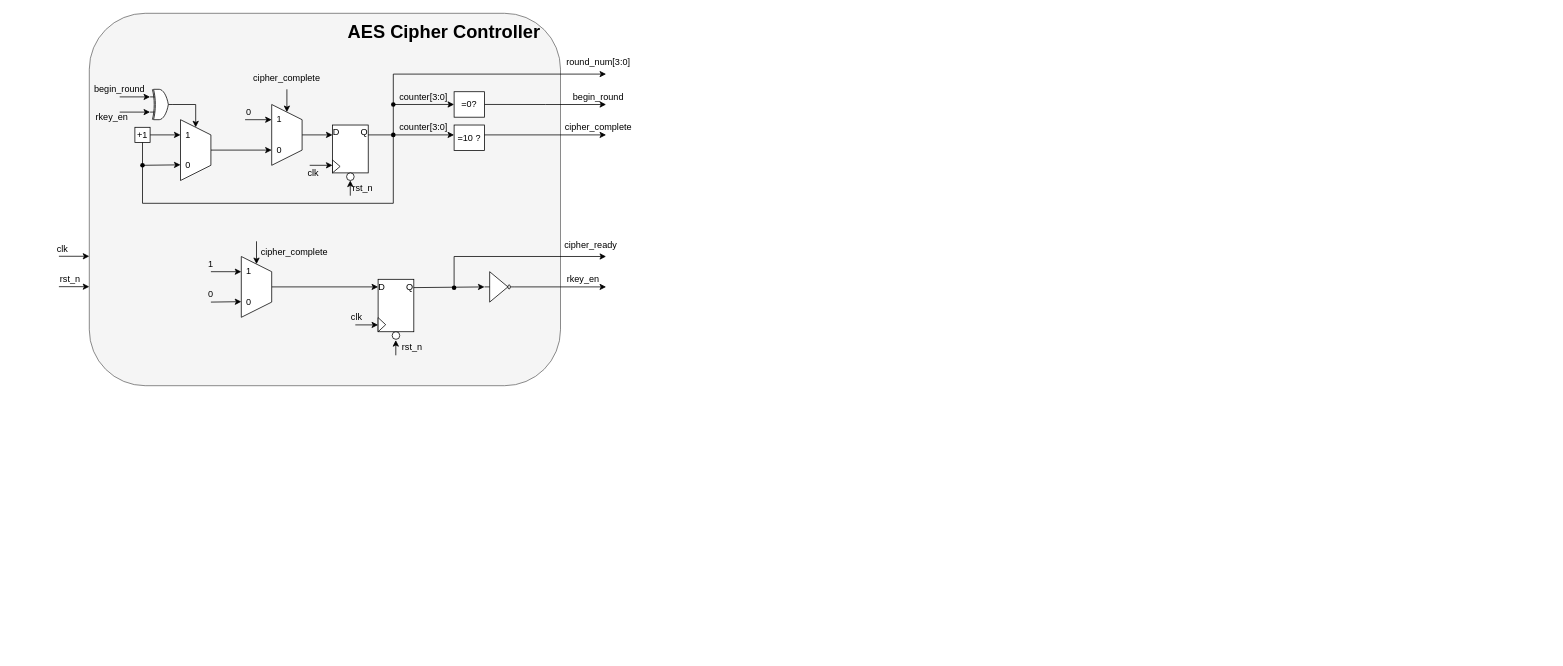
The draw.io diagram page "AES Cipher Controller" (7 of 26) of AES128 Diagram.drawio in 106210049/AES-128, before the edit. Source tidied: cells renumbered, new cells numbered last; positions are measured from the earlier drawing's top-left corner, leaving out a move shared by most shapes. Both pictures are drawn from the tidied source at 76%, with x=0, y=0 at pixel (51, 13).
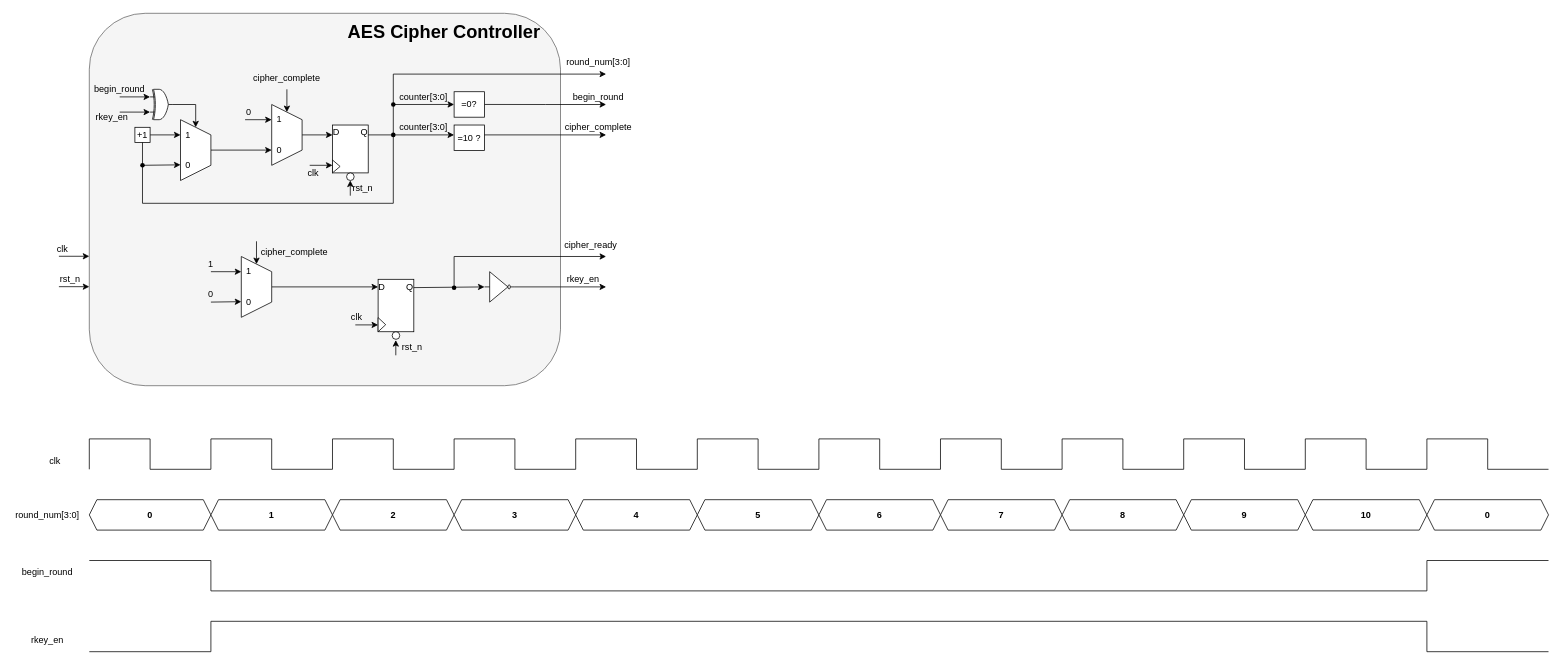
After the change.

What changed in the source:
```diff
@@
+    <mxCell id="97" style="endArrow=none;html=1;rounded=0;" parent="1" edge="1">
+      <mxGeometry relative="1" as="geometry">
+        <mxPoint x="50" y="560" as="sourcePoint" />
+        <mxPoint x="130" y="560" as="targetPoint" />
+      </mxGeometry>
+    </mxCell>
+    <mxCell id="98" style="endArrow=none;html=1;rounded=0;" parent="1" edge="1">
+      <mxGeometry relative="1" as="geometry">
+        <mxPoint x="50" y="600" as="sourcePoint" />
+        <mxPoint x="50" y="560" as="targetPoint" />
+      </mxGeometry>
+    </mxCell>
+    <mxCell id="99" style="endArrow=none;html=1;rounded=0;" parent="1" edge="1">
+      <mxGeometry relative="1" as="geometry">
+        <mxPoint x="130" y="600" as="sourcePoint" />
+        <mxPoint x="130" y="560" as="targetPoint" />
+      </mxGeometry>
+    </mxCell>
+    <mxCell id="100" style="endArrow=none;html=1;rounded=0;" parent="1" edge="1">
+      <mxGeometry relative="1" as="geometry">
+        <mxPoint x="130" y="600" as="sourcePoint" />
+        <mxPoint x="210" y="600" as="targetPoint" />
+      </mxGeometry>
+    </mxCell>
+    <mxCell id="101" style="endArrow=none;html=1;rounded=0;" parent="1" edge="1">
+      <mxGeometry relative="1" as="geometry">
+        <mxPoint x="210" y="560" as="sourcePoint" />
+        <mxPoint x="290" y="560" as="targetPoint" />
+      </mxGeometry>
+    </mxCell>
+    <mxCell id="102" style="endArrow=none;html=1;rounded=0;" parent="1" edge="1">
+      <mxGeometry relative="1" as="geometry">
+        <mxPoint x="210" y="600" as="sourcePoint" />
+        <mxPoint x="210" y="560" as="targetPoint" />
+      </mxGeometry>
+    </mxCell>
+    <mxCell id="103" style="endArrow=none;html=1;rounded=0;" parent="1" edge="1">
+      <mxGeometry relative="1" as="geometry">
+        <mxPoint x="290" y="600" as="sourcePoint" />
+        <mxPoint x="290" y="560" as="targetPoint" />
+      </mxGeometry>
+    </mxCell>
+    <mxCell id="104" style="endArrow=none;html=1;rounded=0;" parent="1" edge="1">
+      <mxGeometry relative="1" as="geometry">
+        <mxPoint x="290" y="600" as="sourcePoint" />
+        <mxPoint x="370" y="600" as="targetPoint" />
+      </mxGeometry>
+    </mxCell>
+    <mxCell id="105" style="endArrow=none;html=1;rounded=0;" parent="1" edge="1">
+      <mxGeometry relative="1" as="geometry">
+        <mxPoint x="370" y="560" as="sourcePoint" />
+        <mxPoint x="450" y="560" as="targetPoint" />
+      </mxGeometry>
+    </mxCell>
+    <mxCell id="106" style="endArrow=none;html=1;rounded=0;" parent="1" edge="1">
+      <mxGeometry relative="1" as="geometry">
+        <mxPoint x="370" y="600" as="sourcePoint" />
+        <mxPoint x="370" y="560" as="targetPoint" />
+      </mxGeometry>
+    </mxCell>
+    <mxCell id="107" style="endArrow=none;html=1;rounded=0;" parent="1" edge="1">
+      <mxGeometry relative="1" as="geometry">
+        <mxPoint x="450" y="600" as="sourcePoint" />
+        <mxPoint x="450" y="560" as="targetPoint" />
+      </mxGeometry>
+    </mxCell>
+    <mxCell id="108" style="endArrow=none;html=1;rounded=0;" parent="1" edge="1">
+      <mxGeometry relative="1" as="geometry">
+        <mxPoint x="450" y="600" as="sourcePoint" />
+        <mxPoint x="530" y="600" as="targetPoint" />
+      </mxGeometry>
+    </mxCell>
+    <mxCell id="109" style="endArrow=none;html=1;rounded=0;" parent="1" edge="1">
+      <mxGeometry relative="1" as="geometry">
+        <mxPoint x="530" y="560" as="sourcePoint" />
+        <mxPoint x="610" y="560" as="targetPoint" />
+      </mxGeometry>
+    </mxCell>
+    <mxCell id="110" style="endArrow=none;html=1;rounded=0;" parent="1" edge="1">
+      <mxGeometry relative="1" as="geometry">
+        <mxPoint x="530" y="600" as="sourcePoint" />
+        <mxPoint x="530" y="560" as="targetPoint" />
+      </mxGeometry>
+    </mxCell>
+    <mxCell id="111" style="endArrow=none;html=1;rounded=0;" parent="1" edge="1">
+      <mxGeometry relative="1" as="geometry">
+        <mxPoint x="610" y="600" as="sourcePoint" />
+        <mxPoint x="610" y="560" as="targetPoint" />
+      </mxGeometry>
+    </mxCell>
+    <mxCell id="112" style="endArrow=none;html=1;rounded=0;" parent="1" edge="1">
+      <mxGeometry relative="1" as="geometry">
+        <mxPoint x="610" y="600" as="sourcePoint" />
+        <mxPoint x="690" y="600" as="targetPoint" />
+      </mxGeometry>
+    </mxCell>
+    <mxCell id="113" style="endArrow=none;html=1;rounded=0;" parent="1" edge="1">
+      <mxGeometry relative="1" as="geometry">
+        <mxPoint x="690" y="560" as="sourcePoint" />
+        <mxPoint x="770" y="560" as="targetPoint" />
+      </mxGeometry>
+    </mxCell>
+    <mxCell id="114" style="endArrow=none;html=1;rounded=0;" parent="1" edge="1">
+      <mxGeometry relative="1" as="geometry">
+        <mxPoint x="690" y="600" as="sourcePoint" />
+        <mxPoint x="690" y="560" as="targetPoint" />
+      </mxGeometry>
+    </mxCell>
+    <mxCell id="115" style="endArrow=none;html=1;rounded=0;" parent="1" edge="1">
+      <mxGeometry relative="1" as="geometry">
+        <mxPoint x="770" y="600" as="sourcePoint" />
+        <mxPoint x="770" y="560" as="targetPoint" />
+      </mxGeometry>
+    </mxCell>
+    <mxCell id="116" style="endArrow=none;html=1;rounded=0;" parent="1" edge="1">
+      <mxGeometry relative="1" as="geometry">
+        <mxPoint x="770" y="600" as="sourcePoint" />
+        <mxPoint x="850" y="600" as="targetPoint" />
+      </mxGeometry>
+    </mxCell>
+    <mxCell id="117" style="endArrow=none;html=1;rounded=0;" parent="1" edge="1">
+      <mxGeometry relative="1" as="geometry">
+        <mxPoint x="850" y="560" as="sourcePoint" />
+        <mxPoint x="930" y="560" as="targetPoint" />
+      </mxGeometry>
+    </mxCell>
+    <mxCell id="118" style="endArrow=none;html=1;rounded=0;" parent="1" edge="1">
+      <mxGeometry relative="1" as="geometry">
+        <mxPoint x="850" y="600" as="sourcePoint" />
+        <mxPoint x="850" y="560" as="targetPoint" />
+      </mxGeometry>
+    </mxCell>
+    <mxCell id="119" style="endArrow=none;html=1;rounded=0;" parent="1" edge="1">
+      <mxGeometry relative="1" as="geometry">
+        <mxPoint x="930" y="600" as="sourcePoint" />
+        <mxPoint x="930" y="560" as="targetPoint" />
+      </mxGeometry>
+    </mxCell>
+    <mxCell id="120" style="endArrow=none;html=1;rounded=0;" parent="1" edge="1">
+      <mxGeometry relative="1" as="geometry">
+        <mxPoint x="930" y="600" as="sourcePoint" />
+        <mxPoint x="1010" y="600" as="targetPoint" />
+      </mxGeometry>
+    </mxCell>
+    <mxCell id="121" style="endArrow=none;html=1;rounded=0;" parent="1" edge="1">
+      <mxGeometry relative="1" as="geometry">
+        <mxPoint x="1010" y="560" as="sourcePoint" />
+        <mxPoint x="1090" y="560" as="targetPoint" />
+      </mxGeometry>
+    </mxCell>
+    <mxCell id="122" style="endArrow=none;html=1;rounded=0;" parent="1" edge="1">
+      <mxGeometry relative="1" as="geometry">
+        <mxPoint x="1010" y="600" as="sourcePoint" />
+        <mxPoint x="1010" y="560" as="targetPoint" />
+      </mxGeometry>
+    </mxCell>
+    <mxCell id="123" style="endArrow=none;html=1;rounded=0;" parent="1" edge="1">
+      <mxGeometry relative="1" as="geometry">
+        <mxPoint x="1090" y="600" as="sourcePoint" />
+        <mxPoint x="1090" y="560" as="targetPoint" />
+      </mxGeometry>
+    </mxCell>
+    <mxCell id="124" style="endArrow=none;html=1;rounded=0;" parent="1" edge="1">
+      <mxGeometry relative="1" as="geometry">
+        <mxPoint x="1090" y="600" as="sourcePoint" />
+        <mxPoint x="1170" y="600" as="targetPoint" />
+      </mxGeometry>
+    </mxCell>
+    <mxCell id="125" style="endArrow=none;html=1;rounded=0;" parent="1" edge="1">
+      <mxGeometry relative="1" as="geometry">
+        <mxPoint x="1170" y="560" as="sourcePoint" />
+        <mxPoint x="1250" y="560" as="targetPoint" />
+      </mxGeometry>
+    </mxCell>
+    <mxCell id="126" style="endArrow=none;html=1;rounded=0;" parent="1" edge="1">
+      <mxGeometry relative="1" as="geometry">
+        <mxPoint x="1170" y="600" as="sourcePoint" />
+        <mxPoint x="1170" y="560" as="targetPoint" />
+      </mxGeometry>
+    </mxCell>
+    <mxCell id="127" style="endArrow=none;html=1;rounded=0;" parent="1" edge="1">
+      <mxGeometry relative="1" as="geometry">
+        <mxPoint x="1250" y="600" as="sourcePoint" />
+        <mxPoint x="1250" y="560" as="targetPoint" />
+      </mxGeometry>
+    </mxCell>
+    <mxCell id="128" style="endArrow=none;html=1;rounded=0;" parent="1" edge="1">
+      <mxGeometry relative="1" as="geometry">
+        <mxPoint x="1250" y="600" as="sourcePoint" />
+        <mxPoint x="1330" y="600" as="targetPoint" />
+      </mxGeometry>
+    </mxCell>
+    <mxCell id="129" style="endArrow=none;html=1;rounded=0;" parent="1" edge="1">
+      <mxGeometry relative="1" as="geometry">
+        <mxPoint x="1330" y="560" as="sourcePoint" />
+        <mxPoint x="1410" y="560" as="targetPoint" />
+      </mxGeometry>
+    </mxCell>
+    <mxCell id="130" style="endArrow=none;html=1;rounded=0;" parent="1" edge="1">
+      <mxGeometry relative="1" as="geometry">
+        <mxPoint x="1330" y="600" as="sourcePoint" />
+        <mxPoint x="1330" y="560" as="targetPoint" />
+      </mxGeometry>
+    </mxCell>
+    <mxCell id="131" style="endArrow=none;html=1;rounded=0;" parent="1" edge="1">
+      <mxGeometry relative="1" as="geometry">
+        <mxPoint x="1410" y="600" as="sourcePoint" />
+        <mxPoint x="1410" y="560" as="targetPoint" />
+      </mxGeometry>
+    </mxCell>
+    <mxCell id="132" style="endArrow=none;html=1;rounded=0;" parent="1" edge="1">
+      <mxGeometry relative="1" as="geometry">
+        <mxPoint x="1410" y="600" as="sourcePoint" />
+        <mxPoint x="1490" y="600" as="targetPoint" />
+      </mxGeometry>
+    </mxCell>
+    <mxCell id="133" style="endArrow=none;html=1;rounded=0;" parent="1" edge="1">
+      <mxGeometry relative="1" as="geometry">
+        <mxPoint x="1490" y="560" as="sourcePoint" />
+        <mxPoint x="1570" y="560" as="targetPoint" />
+      </mxGeometry>
+    </mxCell>
+    <mxCell id="134" style="endArrow=none;html=1;rounded=0;" parent="1" edge="1">
+      <mxGeometry relative="1" as="geometry">
+        <mxPoint x="1490" y="600" as="sourcePoint" />
+        <mxPoint x="1490" y="560" as="targetPoint" />
+      </mxGeometry>
+    </mxCell>
+    <mxCell id="135" style="endArrow=none;html=1;rounded=0;" parent="1" edge="1">
+      <mxGeometry relative="1" as="geometry">
+        <mxPoint x="1570" y="600" as="sourcePoint" />
+        <mxPoint x="1570" y="560" as="targetPoint" />
+      </mxGeometry>
+    </mxCell>
+    <mxCell id="136" style="endArrow=none;html=1;rounded=0;" parent="1" edge="1">
+      <mxGeometry relative="1" as="geometry">
+        <mxPoint x="1570" y="600" as="sourcePoint" />
+        <mxPoint x="1650" y="600" as="targetPoint" />
+      </mxGeometry>
+    </mxCell>
+    <mxCell id="137" style="endArrow=none;html=1;rounded=0;" parent="1" edge="1">
+      <mxGeometry relative="1" as="geometry">
+        <mxPoint x="1650" y="560" as="sourcePoint" />
+        <mxPoint x="1730" y="560" as="targetPoint" />
+      </mxGeometry>
+    </mxCell>
+    <mxCell id="138" style="endArrow=none;html=1;rounded=0;" parent="1" edge="1">
+      <mxGeometry relative="1" as="geometry">
+        <mxPoint x="1650" y="600" as="sourcePoint" />
+        <mxPoint x="1650" y="560" as="targetPoint" />
+      </mxGeometry>
+    </mxCell>
+    <mxCell id="139" style="endArrow=none;html=1;rounded=0;" parent="1" edge="1">
+      <mxGeometry relative="1" as="geometry">
+        <mxPoint x="1730" y="600" as="sourcePoint" />
+        <mxPoint x="1730" y="560" as="targetPoint" />
+      </mxGeometry>
+    </mxCell>
+    <mxCell id="140" style="endArrow=none;html=1;rounded=0;" parent="1" edge="1">
+      <mxGeometry relative="1" as="geometry">
+        <mxPoint x="1730" y="600" as="sourcePoint" />
+        <mxPoint x="1810" y="600" as="targetPoint" />
+      </mxGeometry>
+    </mxCell>
+    <mxCell id="141" value="clk" style="text;strokeColor=none;align=center;fillColor=none;html=1;verticalAlign=middle;whiteSpace=wrap;rounded=0;" parent="1" vertex="1">
+      <mxGeometry x="-20" y="580" width="50" height="20" as="geometry" />
+    </mxCell>
+    <mxCell id="142" style="endArrow=none;html=1;rounded=0;" parent="1" edge="1">
+      <mxGeometry relative="1" as="geometry">
+        <mxPoint x="1810" y="560" as="sourcePoint" />
+        <mxPoint x="1890" y="560" as="targetPoint" />
+      </mxGeometry>
+    </mxCell>
+    <mxCell id="143" style="endArrow=none;html=1;rounded=0;" parent="1" edge="1">
+      <mxGeometry relative="1" as="geometry">
+        <mxPoint x="1810" y="600" as="sourcePoint" />
+        <mxPoint x="1810" y="560" as="targetPoint" />
+      </mxGeometry>
+    </mxCell>
+    <mxCell id="144" style="endArrow=none;html=1;rounded=0;" parent="1" edge="1">
+      <mxGeometry relative="1" as="geometry">
+        <mxPoint x="1890" y="600" as="sourcePoint" />
+        <mxPoint x="1890" y="560" as="targetPoint" />
+      </mxGeometry>
+    </mxCell>
+    <mxCell id="145" style="endArrow=none;html=1;rounded=0;" parent="1" edge="1">
+      <mxGeometry relative="1" as="geometry">
+        <mxPoint x="1890" y="600" as="sourcePoint" />
+        <mxPoint x="1970" y="600" as="targetPoint" />
+      </mxGeometry>
+    </mxCell>
+    <mxCell id="146" value="0" style="shape=hexagon;perimeter=hexagonPerimeter2;whiteSpace=wrap;html=1;shapeInside=1;fixedSize=1;size=10;fontStyle=1;" parent="1" vertex="1">
+      <mxGeometry x="50" y="640" width="160" height="40" as="geometry" />
+    </mxCell>
+    <mxCell id="147" value="1" style="shape=hexagon;perimeter=hexagonPerimeter2;whiteSpace=wrap;html=1;shapeInside=1;fixedSize=1;size=10;fontStyle=1;" parent="1" vertex="1">
+      <mxGeometry x="210" y="640" width="160" height="40" as="geometry" />
+    </mxCell>
+    <mxCell id="148" value="2" style="shape=hexagon;perimeter=hexagonPerimeter2;whiteSpace=wrap;html=1;shapeInside=1;fixedSize=1;size=10;fontStyle=1;" parent="1" vertex="1">
+      <mxGeometry x="370" y="640" width="160" height="40" as="geometry" />
+    </mxCell>
+    <mxCell id="149" value="3" style="shape=hexagon;perimeter=hexagonPerimeter2;whiteSpace=wrap;html=1;shapeInside=1;fixedSize=1;size=10;fontStyle=1;" parent="1" vertex="1">
+      <mxGeometry x="530" y="640" width="160" height="40" as="geometry" />
+    </mxCell>
+    <mxCell id="150" value="4" style="shape=hexagon;perimeter=hexagonPerimeter2;whiteSpace=wrap;html=1;shapeInside=1;fixedSize=1;size=10;fontStyle=1;" parent="1" vertex="1">
+      <mxGeometry x="690" y="640" width="160" height="40" as="geometry" />
+    </mxCell>
+    <mxCell id="151" value="5" style="shape=hexagon;perimeter=hexagonPerimeter2;whiteSpace=wrap;html=1;shapeInside=1;fixedSize=1;size=10;fontStyle=1;" parent="1" vertex="1">
+      <mxGeometry x="850" y="640" width="160" height="40" as="geometry" />
+    </mxCell>
+    <mxCell id="152" value="6" style="shape=hexagon;perimeter=hexagonPerimeter2;whiteSpace=wrap;html=1;shapeInside=1;fixedSize=1;size=10;fontStyle=1;" parent="1" vertex="1">
+      <mxGeometry x="1010" y="640" width="160" height="40" as="geometry" />
+    </mxCell>
+    <mxCell id="153" value="7" style="shape=hexagon;perimeter=hexagonPerimeter2;whiteSpace=wrap;html=1;shapeInside=1;fixedSize=1;size=10;fontStyle=1;" parent="1" vertex="1">
+      <mxGeometry x="1170" y="640" width="160" height="40" as="geometry" />
+    </mxCell>
+    <mxCell id="154" value="8" style="shape=hexagon;perimeter=hexagonPerimeter2;whiteSpace=wrap;html=1;shapeInside=1;fixedSize=1;size=10;fontStyle=1;" parent="1" vertex="1">
+      <mxGeometry x="1330" y="640" width="160" height="40" as="geometry" />
+    </mxCell>
+    <mxCell id="155" value="9" style="shape=hexagon;perimeter=hexagonPerimeter2;whiteSpace=wrap;html=1;shapeInside=1;fixedSize=1;size=10;fontStyle=1;" parent="1" vertex="1">
+      <mxGeometry x="1490" y="640" width="160" height="40" as="geometry" />
+    </mxCell>
+    <mxCell id="156" value="10" style="shape=hexagon;perimeter=hexagonPerimeter2;whiteSpace=wrap;html=1;shapeInside=1;fixedSize=1;size=10;fontStyle=1;" parent="1" vertex="1">
+      <mxGeometry x="1650" y="640" width="160" height="40" as="geometry" />
+    </mxCell>
+    <mxCell id="157" value="0" style="shape=hexagon;perimeter=hexagonPerimeter2;whiteSpace=wrap;html=1;shapeInside=1;fixedSize=1;size=10;fontStyle=1;" parent="1" vertex="1">
+      <mxGeometry x="1810" y="640" width="160" height="40" as="geometry" />
+    </mxCell>
+    <mxCell id="158" value="round_num[3:0]" style="text;strokeColor=none;align=center;fillColor=none;html=1;verticalAlign=middle;whiteSpace=wrap;rounded=0;" parent="1" vertex="1">
+      <mxGeometry x="-50" y="645" width="90" height="30" as="geometry" />
+    </mxCell>
+    <mxCell id="159" style="endArrow=none;html=1;rounded=0;" parent="1" edge="1">
+      <mxGeometry relative="1" as="geometry">
+        <mxPoint x="50" y="720" as="sourcePoint" />
+        <mxPoint x="210" y="720" as="targetPoint" />
+      </mxGeometry>
+    </mxCell>
+    <mxCell id="160" style="endArrow=none;html=1;rounded=0;" parent="1" edge="1">
+      <mxGeometry relative="1" as="geometry">
+        <mxPoint x="210" y="760" as="sourcePoint" />
+        <mxPoint x="1810" y="760" as="targetPoint" />
+      </mxGeometry>
+    </mxCell>
+    <mxCell id="161" style="endArrow=none;html=1;rounded=0;" parent="1" edge="1">
+      <mxGeometry relative="1" as="geometry">
+        <mxPoint x="210" y="760" as="sourcePoint" />
+        <mxPoint x="210" y="720" as="targetPoint" />
+      </mxGeometry>
+    </mxCell>
+    <mxCell id="162" style="endArrow=none;html=1;rounded=0;" parent="1" edge="1">
+      <mxGeometry relative="1" as="geometry">
+        <mxPoint x="1810" y="760" as="sourcePoint" />
+        <mxPoint x="1810" y="720" as="targetPoint" />
+      </mxGeometry>
+    </mxCell>
+    <mxCell id="163" style="endArrow=none;html=1;rounded=0;" parent="1" edge="1">
+      <mxGeometry relative="1" as="geometry">
+        <mxPoint x="1810" y="720" as="sourcePoint" />
+        <mxPoint x="1970" y="720" as="targetPoint" />
+      </mxGeometry>
+    </mxCell>
+    <mxCell id="164" style="endArrow=none;html=1;rounded=0;" parent="1" edge="1">
+      <mxGeometry relative="1" as="geometry">
+        <mxPoint x="50" y="840" as="sourcePoint" />
+        <mxPoint x="210" y="840" as="targetPoint" />
+      </mxGeometry>
+    </mxCell>
+    <mxCell id="165" style="endArrow=none;html=1;rounded=0;" parent="1" edge="1">
+      <mxGeometry relative="1" as="geometry">
+        <mxPoint x="210" y="840" as="sourcePoint" />
+        <mxPoint x="210" y="800" as="targetPoint" />
+      </mxGeometry>
+    </mxCell>
+    <mxCell id="166" style="endArrow=none;html=1;rounded=0;" parent="1" edge="1">
+      <mxGeometry relative="1" as="geometry">
+        <mxPoint x="210" y="800" as="sourcePoint" />
+        <mxPoint x="1810" y="800" as="targetPoint" />
+      </mxGeometry>
+    </mxCell>
+    <mxCell id="167" style="endArrow=none;html=1;rounded=0;" parent="1" edge="1">
+      <mxGeometry relative="1" as="geometry">
+        <mxPoint x="1810" y="840" as="sourcePoint" />
+        <mxPoint x="1810" y="800" as="targetPoint" />
+      </mxGeometry>
+    </mxCell>
+    <mxCell id="168" style="endArrow=none;html=1;rounded=0;" parent="1" edge="1">
+      <mxGeometry relative="1" as="geometry">
+        <mxPoint x="1810" y="840" as="sourcePoint" />
+        <mxPoint x="1970" y="840" as="targetPoint" />
+      </mxGeometry>
+    </mxCell>
+    <mxCell id="169" value="begin_round" style="text;strokeColor=none;align=center;fillColor=none;html=1;verticalAlign=middle;whiteSpace=wrap;rounded=0;" parent="1" vertex="1">
+      <mxGeometry x="-50" y="720" width="90" height="30" as="geometry" />
+    </mxCell>
+    <mxCell id="170" value="rkey_en" style="text;strokeColor=none;align=center;fillColor=none;html=1;verticalAlign=middle;whiteSpace=wrap;rounded=0;" parent="1" vertex="1">
+      <mxGeometry x="-50" y="810" width="90" height="30" as="geometry" />
+    </mxCell>
```
